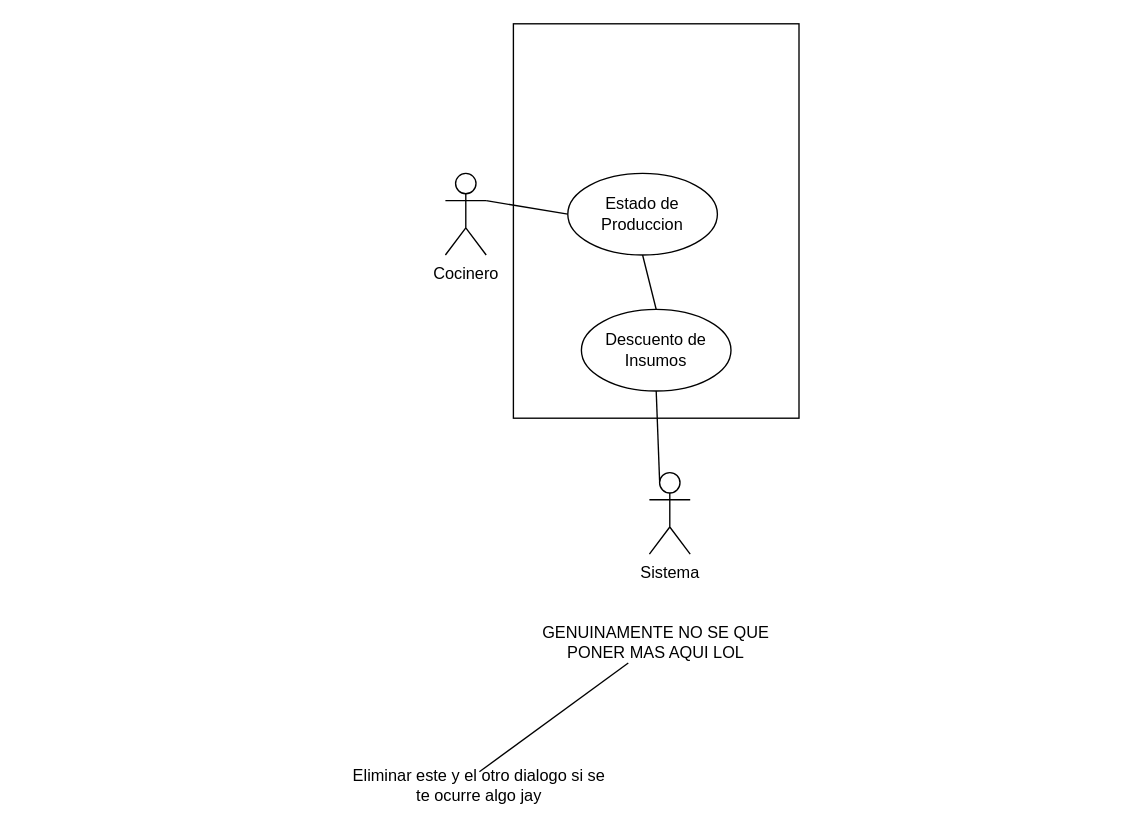
This is Diagrama de casos de Uso (descuento de Insumo).drawio from jorgeortizcastillo2020-hue/MSI_JJ_PARADIGMA4-1_IEC_N2_C1, a draw.io file, before an edit. Source tidied: cells renumbered, new cells numbered last; positions are measured from the earlier drawing's top-left corner, leaving out a move shared by most shapes. Both pictures are drawn from the tidied source at 136%, with x=0, y=0 at pixel (350, 23).
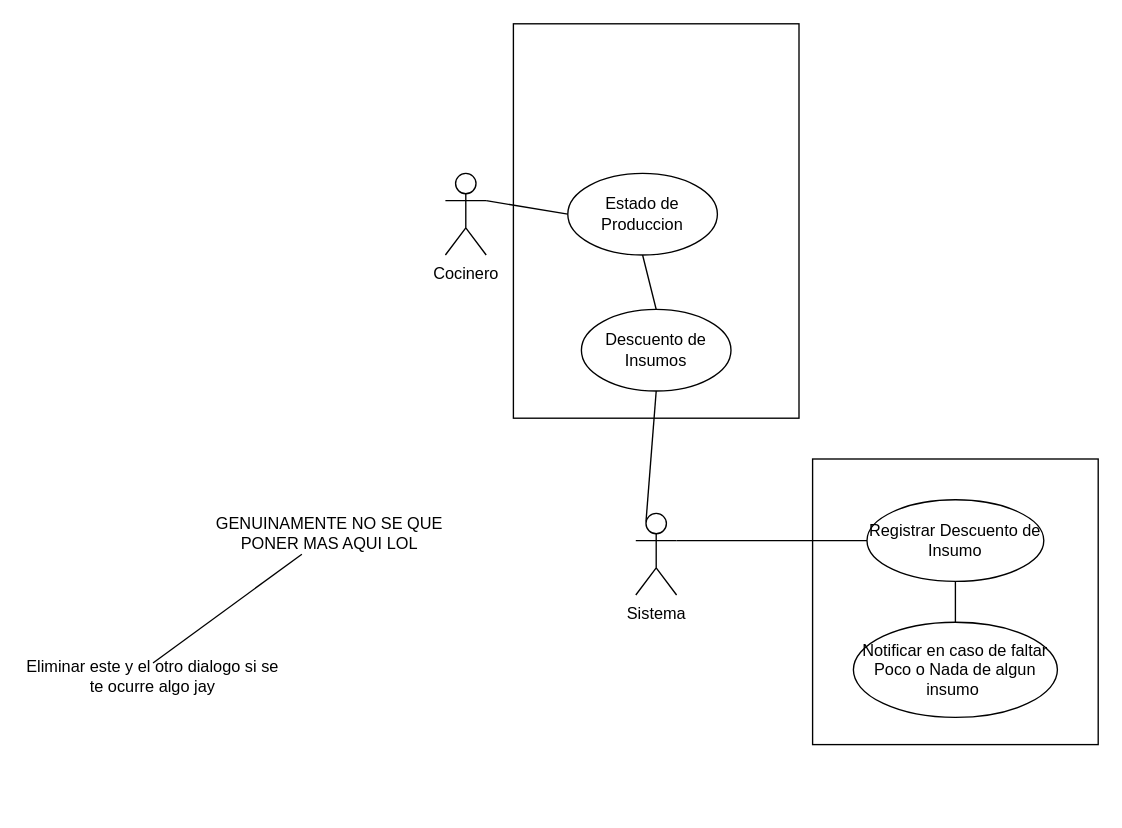
The same diagram, later.

What changed in the source:
```diff
@@
 <mxGraphModel>
   <root>
     <mxCell id="0" />
     <mxCell id="1" parent="0" />
+    <mxCell id="13" style="rounded=0;whiteSpace=wrap;html=1;" parent="1" vertex="1">
+      <mxGeometry x="340" y="320" width="210" height="210" as="geometry" />
+    </mxCell>
     <mxCell id="2" style="rounded=0;whiteSpace=wrap;html=1;" parent="1" vertex="1">
       <mxGeometry x="120" width="210" height="290" as="geometry" />
     </mxCell>
     <mxCell id="3" style="rounded=0;jettySize=auto;html=1;exitX=1;exitY=0.3333333333333333;exitDx=0;exitDy=0;exitPerimeter=0;entryX=0;entryY=0.5;entryDx=0;entryDy=0;defaultLabelBackgroundColor=page;endArrow=none;endFill=0;" parent="1" edge="1" source="4" target="6">
       <mxGeometry relative="1" as="geometry" />
     </mxCell>
     <mxCell id="4" value="Cocinero" style="shape=umlActor;verticalLabelPosition=bottom;verticalAlign=top;html=1;outlineConnect=0;labelPerimeter=1;" parent="1" vertex="1">
       <mxGeometry x="70" y="110" width="30" height="60" as="geometry" />
     </mxCell>
     <mxCell id="5" style="rounded=0;jettySize=auto;html=1;exitX=0.5;exitY=1;exitDx=0;exitDy=0;entryX=0.5;entryY=0;entryDx=0;entryDy=0;defaultLabelBackgroundColor=page;endArrow=none;endFill=0;" parent="1" edge="1" source="6" target="7">
       <mxGeometry relative="1" as="geometry" />
     </mxCell>
     <mxCell id="6" value="Estado de Produccion" style="ellipse;whiteSpace=wrap;html=1;shapeInside=1;" parent="1" vertex="1">
       <mxGeometry x="160" y="110" width="110" height="60" as="geometry" />
     </mxCell>
     <mxCell id="7" value="Descuento de&lt;div&gt;Insumos&lt;/div&gt;" style="ellipse;whiteSpace=wrap;html=1;shapeInside=1;" parent="1" vertex="1">
       <mxGeometry x="170" y="210" width="110" height="60" as="geometry" />
     </mxCell>
+    <mxCell id="14" style="rounded=0;jettySize=auto;html=1;exitX=1;exitY=0.3333333333333333;exitDx=0;exitDy=0;exitPerimeter=0;defaultLabelBackgroundColor=page;endArrow=none;endFill=0;" parent="1" edge="1" source="8" target="16">
+      <mxGeometry relative="1" as="geometry" />
+    </mxCell>
     <mxCell id="8" value="Sistema" style="shape=umlActor;verticalLabelPosition=bottom;verticalAlign=top;html=1;outlineConnect=0;labelPerimeter=1;" parent="1" vertex="1">
-      <mxGeometry x="220" y="330" width="30" height="60" as="geometry" />
+      <mxGeometry x="210" y="360" width="30" height="60" as="geometry" />
     </mxCell>
     <mxCell id="9" style="rounded=0;jettySize=auto;html=1;exitX=0.5;exitY=1;exitDx=0;exitDy=0;entryX=0.25;entryY=0.1;entryDx=0;entryDy=0;entryPerimeter=0;defaultLabelBackgroundColor=page;endArrow=none;endFill=0;" parent="1" edge="1" source="7" target="8">
       <mxGeometry relative="1" as="geometry" />
     </mxCell>
     <mxCell id="10" value="GENUINAMENTE NO SE QUE PONER MAS AQUI LOL" style="text;html=1;whiteSpace=wrap;strokeColor=none;fillColor=none;align=center;verticalAlign=middle;rounded=0;" parent="1" vertex="1">
-      <mxGeometry x="120" y="440" width="210" height="30" as="geometry" />
+      <mxGeometry x="-120" y="360" width="210" height="30" as="geometry" />
     </mxCell>
     <mxCell id="11" style="rounded=0;jettySize=auto;html=1;exitX=0.5;exitY=0;exitDx=0;exitDy=0;defaultLabelBackgroundColor=page;endArrow=none;endFill=0;" parent="1" edge="1" source="12" target="10">
       <mxGeometry relative="1" as="geometry" />
     </mxCell>
     <mxCell id="12" value="Eliminar este y el otro dialogo si se te ocurre algo jay" style="text;html=1;whiteSpace=wrap;strokeColor=none;fillColor=none;align=center;verticalAlign=middle;rounded=0;" parent="1" vertex="1">
-      <mxGeometry y="550" width="190" height="20" as="geometry" />
+      <mxGeometry x="-240" y="470" width="190" height="20" as="geometry" />
     </mxCell>
+    <mxCell id="15" style="rounded=0;jettySize=auto;html=1;exitX=0.5;exitY=1;exitDx=0;exitDy=0;entryX=0.5;entryY=0;entryDx=0;entryDy=0;defaultLabelBackgroundColor=page;endArrow=none;endFill=0;" parent="1" edge="1" source="16" target="17">
+      <mxGeometry relative="1" as="geometry" />
+    </mxCell>
+    <mxCell id="16" value="Registrar Descuento de Insumo" style="ellipse;whiteSpace=wrap;html=1;shapeInside=1;" parent="1" vertex="1">
+      <mxGeometry x="380" y="350" width="130" height="60" as="geometry" />
+    </mxCell>
+    <mxCell id="17" value="Notificar en caso de faltar Poco o Nada de algun insumo&amp;nbsp;" style="ellipse;whiteSpace=wrap;html=1;shapeInside=1;" parent="1" vertex="1">
+      <mxGeometry x="370" y="440" width="150" height="70" as="geometry" />
+    </mxCell>
   </root>
 </mxGraphModel>
```
